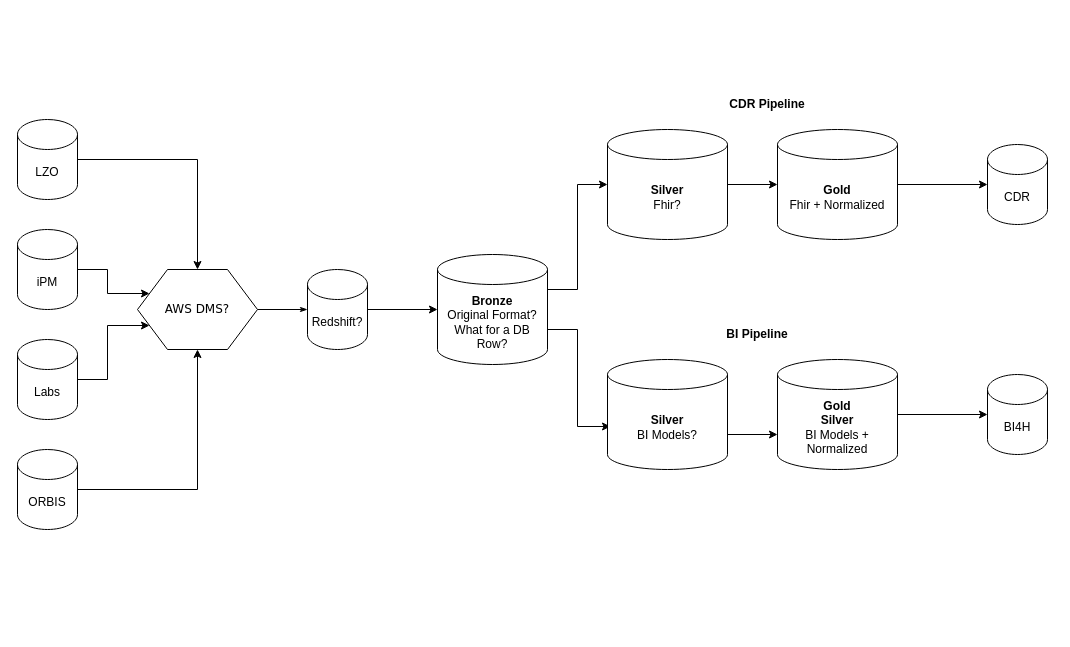
Earlier version of the draw.io diagram general/High Level Pipeline.drawio (mldedalus/diagrams). Source tidied: cells renumbered, new cells numbered last; positions are measured from the earlier drawing's top-left corner, leaving out a move shared by most shapes. Both pictures are drawn from the tidied source at 100%, with x=0, y=0 at pixel (17, 59).
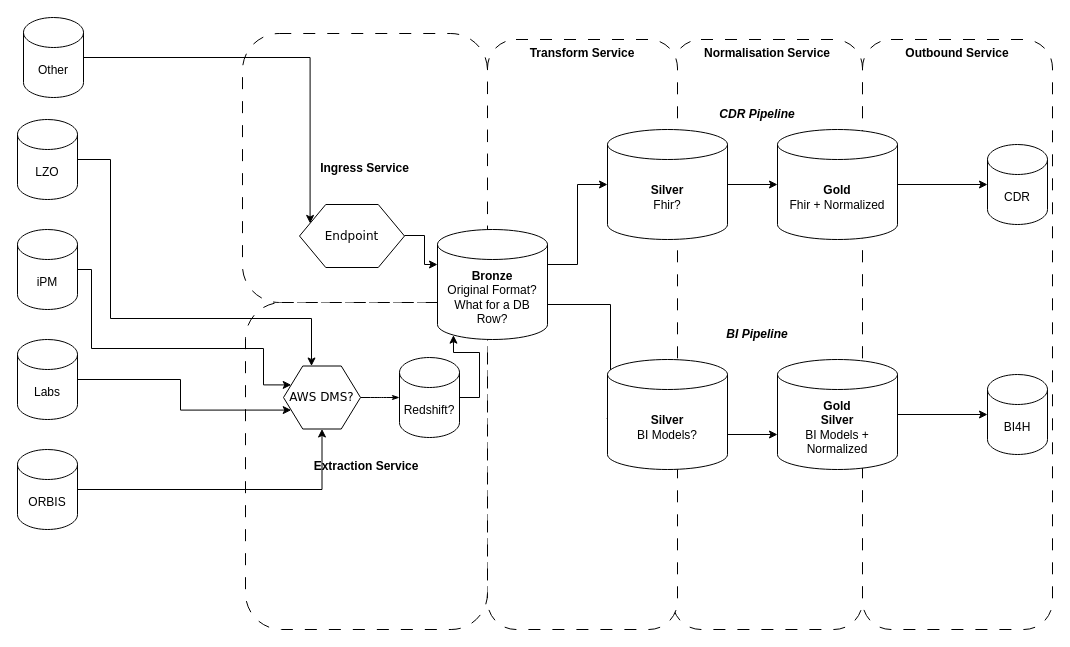
Above is the later version.

The change refers to these unchanged cells:
```xml
<mxCell id="6" value="LZO" style="shape=cylinder3;whiteSpace=wrap;html=1;boundedLbl=1;backgroundOutline=1;size=15;" parent="1" vertex="1">
  <mxGeometry y="60" width="60" height="80" as="geometry" />
</mxCell>
<mxCell id="8" value="iPM" style="shape=cylinder3;whiteSpace=wrap;html=1;boundedLbl=1;backgroundOutline=1;size=15;" parent="1" vertex="1">
  <mxGeometry y="170" width="60" height="80" as="geometry" />
</mxCell>
```

Diff of the diagram source:
```diff
@@
+    <mxCell id="30" value="&lt;b&gt;Ingress Service&lt;/b&gt;" style="rounded=1;whiteSpace=wrap;html=1;dashed=1;dashPattern=12 12;strokeWidth=1;verticalAlign=middle;" parent="1" vertex="1">
+      <mxGeometry x="225" y="-26" width="245" height="269" as="geometry" />
+    </mxCell>
+    <mxCell id="31" value="&lt;b&gt;Outbound Service&lt;/b&gt;" style="rounded=1;whiteSpace=wrap;html=1;dashed=1;dashPattern=12 12;strokeWidth=1;verticalAlign=top;" parent="1" vertex="1">
+      <mxGeometry x="845" y="-20" width="190" height="590" as="geometry" />
+    </mxCell>
+    <mxCell id="32" value="&lt;b&gt;Normalisation Service&lt;/b&gt;" style="rounded=1;whiteSpace=wrap;html=1;dashed=1;dashPattern=12 12;strokeWidth=1;verticalAlign=top;" parent="1" vertex="1">
+      <mxGeometry x="655" y="-20" width="190" height="590" as="geometry" />
+    </mxCell>
+    <mxCell id="33" value="&lt;b&gt;Transform Service&lt;/b&gt;" style="rounded=1;whiteSpace=wrap;html=1;dashed=1;dashPattern=12 12;strokeWidth=1;verticalAlign=top;" parent="1" vertex="1">
+      <mxGeometry x="470" y="-20" width="190" height="590" as="geometry" />
+    </mxCell>
+    <mxCell id="34" value="&lt;b&gt;Extraction Service&lt;/b&gt;" style="rounded=1;whiteSpace=wrap;html=1;dashed=1;dashPattern=12 12;strokeWidth=1;verticalAlign=middle;" parent="1" vertex="1">
+      <mxGeometry x="228" y="243" width="242" height="327" as="geometry" />
+    </mxCell>
@@
     <mxCell id="3" value="AWS DMS?" style="shape=hexagon;perimeter=hexagonPerimeter;whiteSpace=wrap;html=1;rounded=0;shadow=0;labelBackgroundColor=none;strokeWidth=1;fontFamily=Verdana;fontSize=12;align=center;" parent="1" vertex="1">
-      <mxGeometry x="120" y="210" width="120" height="80" as="geometry" />
+      <mxGeometry x="266" y="306.5" width="77" height="63" as="geometry" />
     </mxCell>
@@
     <mxCell id="5" style="edgeStyle=orthogonalEdgeStyle;rounded=0;jettySize=auto;html=1;exitX=1;exitY=0.5;exitDx=0;exitDy=0;exitPerimeter=0;" parent="1" edge="1" source="6" target="3">
-      <mxGeometry relative="1" as="geometry" />
+      <mxGeometry relative="1" as="geometry">
+        <Array as="points">
+          <mxPoint x="93" y="100" />
+          <mxPoint x="93" y="259" />
+          <mxPoint x="294" y="259" />
+        </Array>
+      </mxGeometry>
     </mxCell>
@@
     <mxCell id="7" style="edgeStyle=orthogonalEdgeStyle;rounded=0;jettySize=auto;html=1;exitX=1;exitY=0.5;exitDx=0;exitDy=0;exitPerimeter=0;entryX=0;entryY=0.25;entryDx=0;entryDy=0;" parent="1" edge="1" source="8" target="3">
-      <mxGeometry relative="1" as="geometry" />
+      <mxGeometry relative="1" as="geometry">
+        <Array as="points">
+          <mxPoint x="74" y="210" />
+          <mxPoint x="74" y="289" />
+          <mxPoint x="246" y="289" />
+        </Array>
+      </mxGeometry>
     </mxCell>
@@
-    <mxCell id="13" style="edgeStyle=orthogonalEdgeStyle;rounded=0;jettySize=auto;html=1;exitX=1;exitY=0.5;exitDx=0;exitDy=0;exitPerimeter=0;entryX=0;entryY=0.5;entryDx=0;entryDy=0;entryPerimeter=0;" parent="1" edge="1" source="14" target="17">
-      <mxGeometry relative="1" as="geometry" />
+    <mxCell id="13" style="edgeStyle=orthogonalEdgeStyle;rounded=0;jettySize=auto;html=1;exitX=1;exitY=0.5;exitDx=0;exitDy=0;exitPerimeter=0;entryX=0.145;entryY=1;entryDx=0;entryDy=-4.35;entryPerimeter=0;" parent="1" edge="1" source="14" target="17">
+      <mxGeometry relative="1" as="geometry">
+        <Array as="points">
+          <mxPoint x="462" y="338" />
+          <mxPoint x="462" y="293" />
+          <mxPoint x="436" y="293" />
+        </Array>
+      </mxGeometry>
     </mxCell>
     <mxCell id="14" value="Redshift?" style="shape=cylinder3;whiteSpace=wrap;html=1;boundedLbl=1;backgroundOutline=1;size=15;" parent="1" vertex="1">
-      <mxGeometry x="290" y="210" width="60" height="80" as="geometry" />
+      <mxGeometry x="382" y="298" width="60" height="80" as="geometry" />
     </mxCell>
@@
     <mxCell id="17" value="&lt;div&gt;&lt;b&gt;Bronze&lt;/b&gt;&lt;/div&gt;&lt;div&gt;Original Format?&lt;/div&gt;&lt;div&gt;What for a DB Row?&lt;br&gt;&lt;/div&gt;" style="shape=cylinder3;whiteSpace=wrap;html=1;boundedLbl=1;backgroundOutline=1;size=15;" parent="1" vertex="1">
-      <mxGeometry x="420" y="195" width="110" height="110" as="geometry" />
+      <mxGeometry x="420" y="170" width="110" height="110" as="geometry" />
     </mxCell>
@@
-    <mxCell id="24" value="&lt;b&gt;CDR Pipeline&lt;/b&gt;" style="rounded=0;whiteSpace=wrap;html=1;strokeColor=none;" parent="1" vertex="1">
-      <mxGeometry x="690" y="30" width="120" height="30" as="geometry" />
+    <mxCell id="24" value="&lt;b&gt;CDR Pipeline&lt;/b&gt;" style="rounded=0;whiteSpace=wrap;html=1;strokeColor=none;fontStyle=2;" parent="1" vertex="1">
+      <mxGeometry x="680" y="40" width="120" height="30" as="geometry" />
     </mxCell>
-    <mxCell id="25" value="&lt;b&gt;BI Pipeline&lt;/b&gt;" style="rounded=0;whiteSpace=wrap;html=1;strokeColor=none;" parent="1" vertex="1">
+    <mxCell id="25" value="&lt;b&gt;BI Pipeline&lt;/b&gt;" style="rounded=0;whiteSpace=wrap;html=1;strokeColor=none;fontStyle=2;" parent="1" vertex="1">
       <mxGeometry x="680" y="260" width="120" height="30" as="geometry" />
     </mxCell>
@@
+    <mxCell id="35" style="edgeStyle=orthogonalEdgeStyle;rounded=0;jettySize=auto;html=1;exitX=1;exitY=0.5;exitDx=0;exitDy=0;exitPerimeter=0;entryX=0;entryY=0.25;entryDx=0;entryDy=0;" parent="1" edge="1" source="36" target="38">
+      <mxGeometry relative="1" as="geometry" />
+    </mxCell>
+    <mxCell id="36" value="Other" style="shape=cylinder3;whiteSpace=wrap;html=1;boundedLbl=1;backgroundOutline=1;size=15;" parent="1" vertex="1">
+      <mxGeometry x="6" y="-42" width="60" height="80" as="geometry" />
+    </mxCell>
+    <mxCell id="37" style="edgeStyle=orthogonalEdgeStyle;rounded=0;jettySize=auto;html=1;exitX=1;exitY=0.5;exitDx=0;exitDy=0;entryX=0;entryY=0;entryDx=0;entryDy=35;entryPerimeter=0;" parent="1" edge="1" source="38" target="17">
+      <mxGeometry relative="1" as="geometry" />
+    </mxCell>
+    <mxCell id="38" value="Endpoint" style="shape=hexagon;perimeter=hexagonPerimeter;whiteSpace=wrap;html=1;rounded=0;shadow=0;labelBackgroundColor=none;strokeWidth=1;fontFamily=Verdana;fontSize=12;align=center;" parent="1" vertex="1">
+      <mxGeometry x="282" y="145" width="105" height="63" as="geometry" />
+    </mxCell>
```
